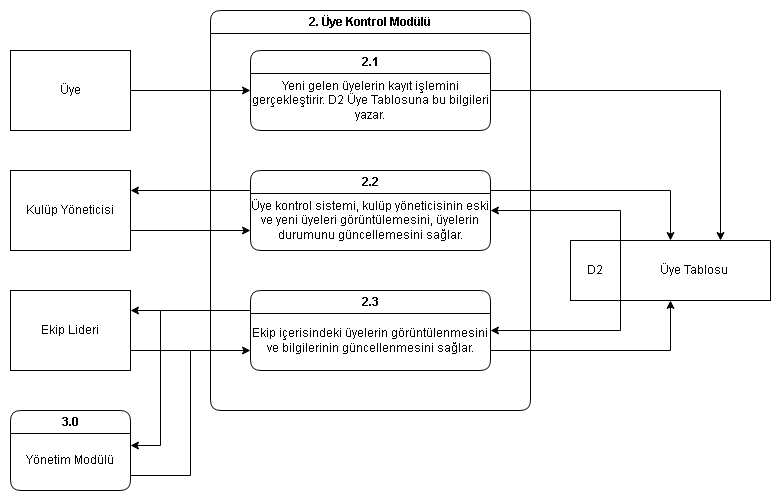
furkanvka/Club-management-system keeps this draw.io diagram as diagrams/vad2/vad2.2.drawio.png. Above is the earlier version. Source tidied: cells renumbered, new cells last; positions are measured from the earlier drawing's top-left corner, leaving out a move shared by most shapes.
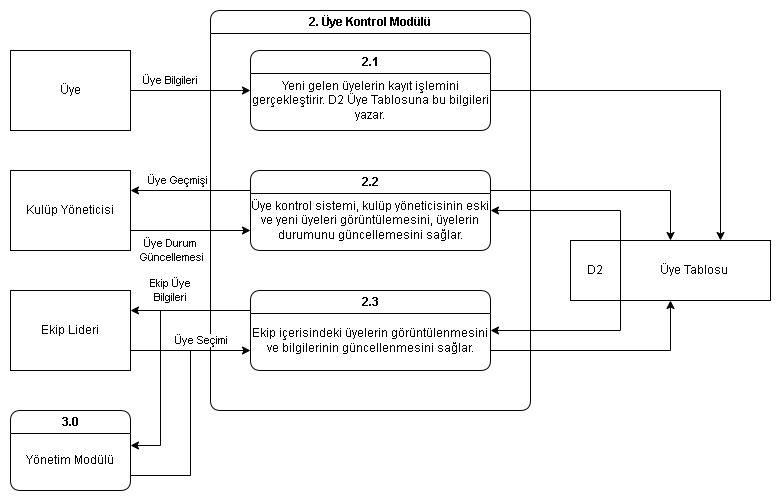
After the change.

The edit, as a diff of the source:
```diff
@@ -35,18 +35,33 @@
     <mxCell id="12" style="edgeStyle=orthogonalEdgeStyle;rounded=0;jettySize=auto;html=1;exitX=1;exitY=0.75;exitDx=0;exitDy=0;entryX=0;entryY=0.75;entryDx=0;entryDy=0;" parent="1" edge="1" source="13" target="3">
       <mxGeometry relative="1" as="geometry" />
     </mxCell>
+    <mxCell id="29" value="Üye Durum&amp;nbsp;&lt;br&gt;Güncellemesi" style="edgeLabel;html=1;align=center;verticalAlign=middle;" parent="12" vertex="1">
+      <mxGeometry x="-0.07" relative="1" as="geometry">
+        <mxPoint x="-15" y="20" as="offset" />
+      </mxGeometry>
+    </mxCell>
     <mxCell id="13" value="Kulüp Yöneticisi" style="rounded=0;whiteSpace=wrap;html=1;" parent="1" vertex="1">
       <mxGeometry y="160" width="120" height="80" as="geometry" />
     </mxCell>
     <mxCell id="14" style="edgeStyle=orthogonalEdgeStyle;rounded=0;jettySize=auto;html=1;exitX=1;exitY=0.75;exitDx=0;exitDy=0;entryX=0;entryY=0.75;entryDx=0;entryDy=0;" parent="1" edge="1" source="15" target="4">
       <mxGeometry relative="1" as="geometry" />
     </mxCell>
+    <mxCell id="30" value="Üye Seçimi" style="edgeLabel;html=1;align=center;verticalAlign=middle;" parent="14" vertex="1">
+      <mxGeometry x="-0.08" relative="1" as="geometry">
+        <mxPoint x="15" y="-10" as="offset" />
+      </mxGeometry>
+    </mxCell>
     <mxCell id="15" value="Ekip Lideri" style="rounded=0;whiteSpace=wrap;html=1;" parent="1" vertex="1">
       <mxGeometry y="280" width="120" height="80" as="geometry" />
     </mxCell>
     <mxCell id="16" style="edgeStyle=orthogonalEdgeStyle;rounded=0;jettySize=auto;html=1;exitX=1;exitY=0.5;exitDx=0;exitDy=0;entryX=0;entryY=0.5;entryDx=0;entryDy=0;" parent="1" edge="1" source="17" target="6">
       <mxGeometry relative="1" as="geometry" />
     </mxCell>
+    <mxCell id="31" value="Üye Bilgileri" style="edgeLabel;html=1;align=center;verticalAlign=middle;" parent="16" vertex="1">
+      <mxGeometry x="-0.34" y="4" relative="1" as="geometry">
+        <mxPoint y="-6" as="offset" />
+      </mxGeometry>
+    </mxCell>
     <mxCell id="17" value="Üye" style="rounded=0;whiteSpace=wrap;html=1;" parent="1" vertex="1">
       <mxGeometry y="40" width="120" height="80" as="geometry" />
     </mxCell>
@@ -78,6 +93,11 @@
     <mxCell id="25" style="edgeStyle=orthogonalEdgeStyle;rounded=0;jettySize=auto;html=1;entryX=1;entryY=0.25;entryDx=0;entryDy=0;startArrow=none;startFill=0;exitX=0;exitY=0.25;exitDx=0;exitDy=0;" parent="1" edge="1" source="3" target="13">
       <mxGeometry relative="1" as="geometry" />
     </mxCell>
+    <mxCell id="32" value="Üye Geçmişi" style="edgeLabel;html=1;align=center;verticalAlign=middle;" parent="25" vertex="1">
+      <mxGeometry x="0.23" y="-3" relative="1" as="geometry">
+        <mxPoint y="-7" as="offset" />
+      </mxGeometry>
+    </mxCell>
     <mxCell id="26" style="edgeStyle=orthogonalEdgeStyle;rounded=0;jettySize=auto;html=1;exitX=1;exitY=0.75;exitDx=0;exitDy=0;entryX=0.5;entryY=1;entryDx=0;entryDy=0;" parent="1" edge="1" source="4" target="7">
       <mxGeometry relative="1" as="geometry" />
     </mxCell>
@@ -87,5 +107,10 @@
     <mxCell id="28" style="edgeStyle=orthogonalEdgeStyle;rounded=0;jettySize=auto;html=1;exitX=0;exitY=0.25;exitDx=0;exitDy=0;entryX=1;entryY=0.25;entryDx=0;entryDy=0;" parent="1" edge="1" source="4" target="15">
       <mxGeometry relative="1" as="geometry" />
     </mxCell>
+    <mxCell id="33" value="Ekip Üye&lt;div&gt;Bilgileri&lt;/div&gt;" style="edgeLabel;html=1;align=center;verticalAlign=middle;" parent="28" vertex="1">
+      <mxGeometry x="-0.07" relative="1" as="geometry">
+        <mxPoint x="-25" y="-20" as="offset" />
+      </mxGeometry>
+    </mxCell>
   </root>
 </mxGraphModel>
```
